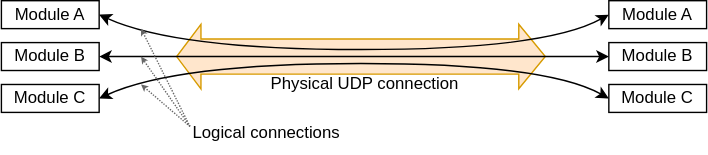
ziminas1990/space-expansion keeps this draw.io diagram as docs/api/ISessionControl/fig1.svg. Above is the earlier version. Source tidied: cells renumbered, new cells last; positions are measured from the earlier drawing's top-left corner, leaving out a move shared by most shapes. The source it was exported from:
```xml
<mxGraphModel>
  <root>
    <mxCell id="0" />
    <mxCell id="1" parent="0" />
    <mxCell id="2" style="shape=flexArrow;endArrow=classic;startArrow=classic;html=1;rounded=0;width=25.2;startSize=5.468;fillColor=#ffe6cc;strokeColor=#d79b00;" parent="1" edge="1">
      <mxGeometry relative="1" as="geometry">
        <mxPoint x="125" y="40" as="sourcePoint" />
        <mxPoint x="390" y="40" as="targetPoint" />
      </mxGeometry>
    </mxCell>
    <mxCell id="3" value="Physical UDP connection" style="text;html=1;strokeColor=none;fillColor=none;align=center;verticalAlign=middle;whiteSpace=wrap;rounded=0;" parent="1" vertex="1">
      <mxGeometry x="188" y="45" width="145" height="30" as="geometry" />
    </mxCell>
    <mxCell id="4" value="Module C" style="rounded=0;whiteSpace=wrap;html=1;" parent="1" vertex="1">
      <mxGeometry y="60" width="70" height="20" as="geometry" />
    </mxCell>
    <mxCell id="5" value="Module B" style="rounded=0;whiteSpace=wrap;html=1;" parent="1" vertex="1">
      <mxGeometry y="30" width="70" height="20" as="geometry" />
    </mxCell>
    <mxCell id="6" value="Module A" style="rounded=0;whiteSpace=wrap;html=1;" parent="1" vertex="1">
      <mxGeometry width="70" height="20" as="geometry" />
    </mxCell>
    <mxCell id="7" value="Module C" style="rounded=0;whiteSpace=wrap;html=1;" parent="1" vertex="1">
      <mxGeometry x="435" y="60" width="70" height="20" as="geometry" />
    </mxCell>
    <mxCell id="8" value="Module B" style="rounded=0;whiteSpace=wrap;html=1;" parent="1" vertex="1">
      <mxGeometry x="435" y="30" width="70" height="20" as="geometry" />
    </mxCell>
    <mxCell id="9" value="Module A" style="rounded=0;whiteSpace=wrap;html=1;" parent="1" vertex="1">
      <mxGeometry x="435" width="70" height="20" as="geometry" />
    </mxCell>
    <mxCell id="10" style="endArrow=classic;startArrow=classic;html=1;exitX=1;exitY=0.5;exitDx=0;exitDy=0;entryX=0;entryY=0.5;entryDx=0;entryDy=0;curved=1;" parent="1" edge="1" source="6" target="9">
      <mxGeometry relative="1" as="geometry">
        <Array as="points">
          <mxPoint x="125" y="35" />
          <mxPoint x="390" y="35" />
        </Array>
      </mxGeometry>
    </mxCell>
    <mxCell id="11" style="endArrow=classic;startArrow=classic;html=1;exitX=1;exitY=0.5;exitDx=0;exitDy=0;entryX=0;entryY=0.5;entryDx=0;entryDy=0;curved=1;" parent="1" edge="1" source="5" target="8">
      <mxGeometry relative="1" as="geometry" />
    </mxCell>
    <mxCell id="12" style="endArrow=classic;startArrow=classic;html=1;exitX=1;exitY=0.5;exitDx=0;exitDy=0;entryX=0;entryY=0.5;entryDx=0;entryDy=0;curved=1;" parent="1" edge="1" source="4" target="7">
      <mxGeometry relative="1" as="geometry">
        <Array as="points">
          <mxPoint x="125" y="45" />
          <mxPoint x="390" y="45" />
        </Array>
      </mxGeometry>
    </mxCell>
    <mxCell id="13" style="endArrow=classic;html=1;dashed=1;dashPattern=1 1;strokeWidth=1;curved=1;fillColor=#f5f5f5;strokeColor=#666666;endSize=2;" parent="1" edge="1">
      <mxGeometry relative="1" as="geometry">
        <mxPoint x="135" y="90" as="sourcePoint" />
        <mxPoint x="100" y="60" as="targetPoint" />
      </mxGeometry>
    </mxCell>
    <mxCell id="14" style="endArrow=classic;html=1;dashed=1;dashPattern=1 1;strokeWidth=1;curved=1;fillColor=#f5f5f5;strokeColor=#666666;endSize=2;" parent="1" edge="1">
      <mxGeometry relative="1" as="geometry">
        <mxPoint x="135" y="90" as="sourcePoint" />
        <mxPoint x="100" y="40" as="targetPoint" />
      </mxGeometry>
    </mxCell>
    <mxCell id="15" style="endArrow=classic;html=1;dashed=1;dashPattern=1 1;strokeWidth=1;curved=1;fillColor=#f5f5f5;strokeColor=#666666;endSize=2;" parent="1" edge="1">
      <mxGeometry relative="1" as="geometry">
        <mxPoint x="135" y="90" as="sourcePoint" />
        <mxPoint x="100" y="20" as="targetPoint" />
      </mxGeometry>
    </mxCell>
    <mxCell id="16" value="Logical connections" style="text;html=1;strokeColor=none;fillColor=none;align=center;verticalAlign=middle;whiteSpace=wrap;rounded=0;" parent="1" vertex="1">
      <mxGeometry x="125" y="80" width="130" height="30" as="geometry" />
    </mxCell>
  </root>
</mxGraphModel>
```
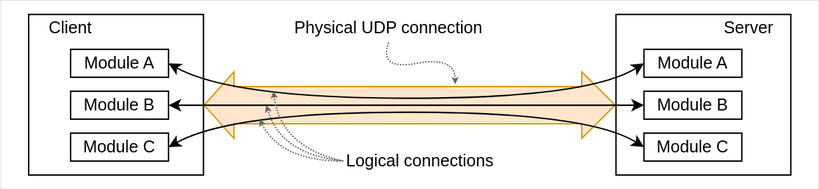
After the change.

What changed in the source:
```diff
@@ -2,38 +2,50 @@
   <root>
     <mxCell id="0" />
     <mxCell id="1" parent="0" />
+    <mxCell id="17" style="rounded=0;whiteSpace=wrap;html=1;strokeWidth=0;" parent="1" vertex="1">
+      <mxGeometry x="-75" y="20" width="585" height="135" as="geometry" />
+    </mxCell>
+    <mxCell id="18" style="rounded=0;whiteSpace=wrap;html=1;" parent="1" vertex="1">
+      <mxGeometry x="365" y="30" width="125" height="115" as="geometry" />
+    </mxCell>
+    <mxCell id="19" value="Server" style="text;html=1;strokeColor=none;fillColor=none;align=center;verticalAlign=middle;whiteSpace=wrap;rounded=0;" parent="1" vertex="1">
+      <mxGeometry x="430" y="30" width="60" height="20" as="geometry" />
+    </mxCell>
+    <mxCell id="20" style="rounded=0;whiteSpace=wrap;html=1;" parent="1" vertex="1">
+      <mxGeometry x="-55" y="30" width="125" height="115" as="geometry" />
+    </mxCell>
-    <mxCell id="2" style="shape=flexArrow;endArrow=classic;startArrow=classic;html=1;rounded=0;width=25.2;startSize=5.468;fillColor=#ffe6cc;strokeColor=#d79b00;" parent="1" edge="1">
+    <mxCell id="2" style="shape=flexArrow;endArrow=classic;startArrow=classic;html=1;rounded=0;width=26.666666666666668;startSize=6.776666666666666;fillColor=#ffe6cc;strokeColor=#d79b00;endSize=7.666666666666667;" parent="1" edge="1">
       <mxGeometry relative="1" as="geometry">
-        <mxPoint x="125" y="40" as="sourcePoint" />
-        <mxPoint x="390" y="40" as="targetPoint" />
+        <mxPoint x="70" y="95" as="sourcePoint" />
+        <mxPoint x="365" y="95" as="targetPoint" />
       </mxGeometry>
     </mxCell>
     <mxCell id="3" value="Physical UDP connection" style="text;html=1;strokeColor=none;fillColor=none;align=center;verticalAlign=middle;whiteSpace=wrap;rounded=0;" parent="1" vertex="1">
-      <mxGeometry x="188" y="45" width="145" height="30" as="geometry" />
+      <mxGeometry x="130" y="30" width="145" height="20" as="geometry" />
     </mxCell>
     <mxCell id="4" value="Module C" style="rounded=0;whiteSpace=wrap;html=1;" parent="1" vertex="1">
-      <mxGeometry y="60" width="70" height="20" as="geometry" />
+      <mxGeometry x="-25" y="115" width="70" height="20" as="geometry" />
     </mxCell>
     <mxCell id="5" value="Module B" style="rounded=0;whiteSpace=wrap;html=1;" parent="1" vertex="1">
-      <mxGeometry y="30" width="70" height="20" as="geometry" />
+      <mxGeometry x="-25" y="85" width="70" height="20" as="geometry" />
     </mxCell>
     <mxCell id="6" value="Module A" style="rounded=0;whiteSpace=wrap;html=1;" parent="1" vertex="1">
-      <mxGeometry width="70" height="20" as="geometry" />
+      <mxGeometry x="-25" y="55" width="70" height="20" as="geometry" />
     </mxCell>
     <mxCell id="7" value="Module C" style="rounded=0;whiteSpace=wrap;html=1;" parent="1" vertex="1">
-      <mxGeometry x="435" y="60" width="70" height="20" as="geometry" />
+      <mxGeometry x="385" y="115" width="70" height="20" as="geometry" />
     </mxCell>
     <mxCell id="8" value="Module B" style="rounded=0;whiteSpace=wrap;html=1;" parent="1" vertex="1">
-      <mxGeometry x="435" y="30" width="70" height="20" as="geometry" />
+      <mxGeometry x="385" y="85" width="70" height="20" as="geometry" />
     </mxCell>
     <mxCell id="9" value="Module A" style="rounded=0;whiteSpace=wrap;html=1;" parent="1" vertex="1">
-      <mxGeometry x="435" width="70" height="20" as="geometry" />
+      <mxGeometry x="385" y="55" width="70" height="20" as="geometry" />
     </mxCell>
     <mxCell id="10" style="endArrow=classic;startArrow=classic;html=1;exitX=1;exitY=0.5;exitDx=0;exitDy=0;entryX=0;entryY=0.5;entryDx=0;entryDy=0;curved=1;" parent="1" edge="1" source="6" target="9">
       <mxGeometry relative="1" as="geometry">
         <Array as="points">
-          <mxPoint x="125" y="35" />
-          <mxPoint x="390" y="35" />
+          <mxPoint x="90" y="90" />
+          <mxPoint x="345" y="90" />
         </Array>
       </mxGeometry>
     </mxCell>
@@ -43,31 +55,49 @@
     <mxCell id="12" style="endArrow=classic;startArrow=classic;html=1;exitX=1;exitY=0.5;exitDx=0;exitDy=0;entryX=0;entryY=0.5;entryDx=0;entryDy=0;curved=1;" parent="1" edge="1" source="4" target="7">
       <mxGeometry relative="1" as="geometry">
         <Array as="points">
-          <mxPoint x="125" y="45" />
-          <mxPoint x="390" y="45" />
+          <mxPoint x="90" y="100" />
+          <mxPoint x="345" y="100" />
         </Array>
       </mxGeometry>
     </mxCell>
-    <mxCell id="13" style="endArrow=classic;html=1;dashed=1;dashPattern=1 1;strokeWidth=1;curved=1;fillColor=#f5f5f5;strokeColor=#666666;endSize=2;" parent="1" edge="1">
+    <mxCell id="13" style="endArrow=classic;html=1;dashed=1;dashPattern=1 1;strokeWidth=1;curved=1;fillColor=#f5f5f5;strokeColor=#666666;endSize=2;exitX=0;exitY=0.5;exitDx=0;exitDy=0;" parent="1" edge="1" source="16">
       <mxGeometry relative="1" as="geometry">
-        <mxPoint x="135" y="90" as="sourcePoint" />
-        <mxPoint x="100" y="60" as="targetPoint" />
+        <mxPoint x="110" y="105" as="targetPoint" />
+        <Array as="points">
+          <mxPoint x="125" y="135" />
+        </Array>
       </mxGeometry>
     </mxCell>
-    <mxCell id="14" style="endArrow=classic;html=1;dashed=1;dashPattern=1 1;strokeWidth=1;curved=1;fillColor=#f5f5f5;strokeColor=#666666;endSize=2;" parent="1" edge="1">
+    <mxCell id="14" style="endArrow=classic;html=1;dashed=1;dashPattern=1 1;strokeWidth=1;curved=1;fillColor=#f5f5f5;strokeColor=#666666;endSize=2;exitX=-0.011;exitY=0.487;exitDx=0;exitDy=0;exitPerimeter=0;" parent="1" edge="1" source="16">
       <mxGeometry relative="1" as="geometry">
-        <mxPoint x="135" y="90" as="sourcePoint" />
-        <mxPoint x="100" y="40" as="targetPoint" />
+        <mxPoint x="115" y="95" as="targetPoint" />
+        <Array as="points">
+          <mxPoint x="125" y="130" />
+        </Array>
       </mxGeometry>
     </mxCell>
-    <mxCell id="15" style="endArrow=classic;html=1;dashed=1;dashPattern=1 1;strokeWidth=1;curved=1;fillColor=#f5f5f5;strokeColor=#666666;endSize=2;" parent="1" edge="1">
+    <mxCell id="15" style="endArrow=classic;html=1;dashed=1;dashPattern=1 1;strokeWidth=1;curved=1;fillColor=#f5f5f5;strokeColor=#666666;endSize=2;exitX=0;exitY=0.5;exitDx=0;exitDy=0;" parent="1" edge="1" source="16">
       <mxGeometry relative="1" as="geometry">
-        <mxPoint x="135" y="90" as="sourcePoint" />
-        <mxPoint x="100" y="20" as="targetPoint" />
+        <mxPoint x="120" y="85" as="targetPoint" />
+        <Array as="points">
+          <mxPoint x="125" y="125" />
+        </Array>
       </mxGeometry>
     </mxCell>
     <mxCell id="16" value="Logical connections" style="text;html=1;strokeColor=none;fillColor=none;align=center;verticalAlign=middle;whiteSpace=wrap;rounded=0;" parent="1" vertex="1">
-      <mxGeometry x="125" y="80" width="130" height="30" as="geometry" />
+      <mxGeometry x="170" y="120" width="110" height="30" as="geometry" />
     </mxCell>
+    <mxCell id="21" style="endArrow=classic;html=1;dashed=1;dashPattern=1 1;strokeWidth=1;curved=1;fillColor=#f5f5f5;strokeColor=#666666;endSize=2;exitX=0.5;exitY=1;exitDx=0;exitDy=0;" parent="1" edge="1" source="3">
+      <mxGeometry relative="1" as="geometry">
+        <mxPoint x="250" y="80" as="targetPoint" />
+        <Array as="points">
+          <mxPoint x="195" y="70" />
+          <mxPoint x="250" y="60" />
+        </Array>
+      </mxGeometry>
+    </mxCell>
+    <mxCell id="22" value="Client" style="text;html=1;strokeColor=none;fillColor=none;align=center;verticalAlign=middle;whiteSpace=wrap;rounded=0;" parent="1" vertex="1">
+      <mxGeometry x="-55" y="30" width="60" height="20" as="geometry" />
+    </mxCell>
   </root>
 </mxGraphModel>
```
